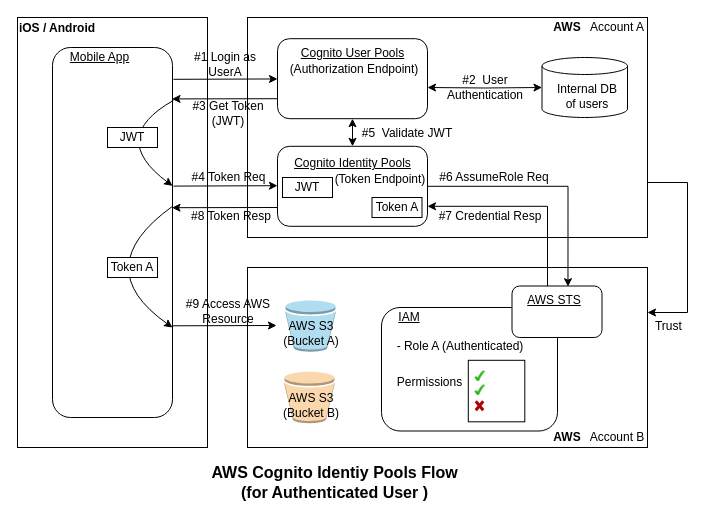
The draw.io diagram OAuth2.0_Authorization/AWS_Cognito.drawio in developer-onizuka/Diagrams, before the edit. Source tidied: cells renumbered, new cells numbered last; positions are measured from the earlier drawing's top-left corner, leaving out a move shared by most shapes. Both pictures are drawn from the tidied source at 100%, with x=0, y=0 at pixel (17, 17).
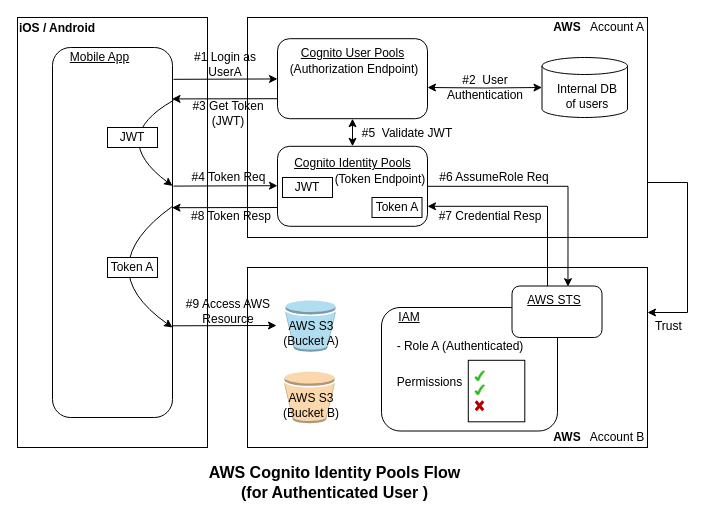
The same page after the edit.

The edit, as a diff of the source:
```diff
@@
-    <mxCell id="16" value="&lt;font style=&quot;font-size: 16px;&quot;&gt;AWS Cognito Identiy Pools Flow&lt;br&gt;(for Authenticated User )&lt;br&gt;&lt;/font&gt;" style="text;html=1;strokeColor=none;fillColor=none;align=center;verticalAlign=middle;whiteSpace=wrap;rounded=0;fontStyle=1;strokeWidth=1;" parent="1" vertex="1">
+    <mxCell id="16" value="&lt;font style=&quot;font-size: 16px;&quot;&gt;AWS Cognito Identity Pools Flow&lt;br&gt;(for Authenticated User )&lt;br&gt;&lt;/font&gt;" style="text;html=1;strokeColor=none;fillColor=none;align=center;verticalAlign=middle;whiteSpace=wrap;rounded=0;fontStyle=1;strokeWidth=1;" parent="1" vertex="1">
       <mxGeometry x="154.5" y="440" width="324.5" height="50" as="geometry" />
     </mxCell>
```
